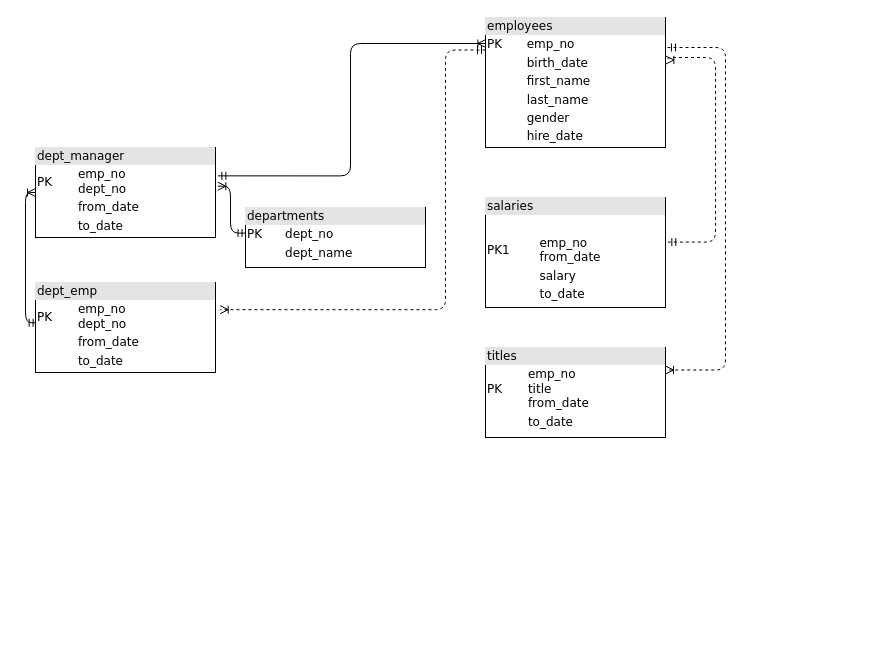
Before: uebung3_employees_schema_ferrari.drawio in ferreric/ffhs_dbs, a draw.io diagram. Source tidied: cells renumbered, new cells numbered last; positions are measured from the earlier drawing's top-left corner, leaving out a move shared by most shapes. Both pictures are drawn from the tidied source at 100%, with x=0, y=0 at pixel (25, 17).
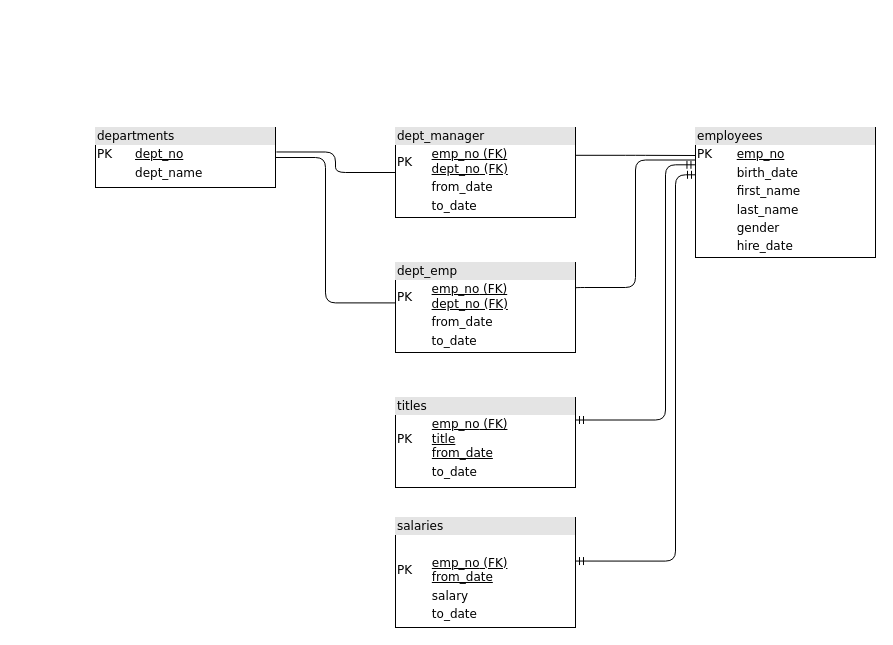
The same diagram, later.

Diff of the diagram source:
```diff
@@
-    <mxCell id="2" style="edgeStyle=orthogonalEdgeStyle;html=1;dashed=1;labelBackgroundColor=none;startArrow=ERmandOne;endArrow=ERoneToMany;fontFamily=Verdana;fontSize=12;align=left;entryX=1.002;entryY=0.327;exitX=1.013;exitY=0.405;exitDx=0;exitDy=0;exitPerimeter=0;entryDx=0;entryDy=0;entryPerimeter=0;" parent="1" edge="1" source="10" target="4">
+    <mxCell id="2" style="edgeStyle=orthogonalEdgeStyle;html=1;labelBackgroundColor=none;startArrow=ERmandOne;endArrow=ERmandOne;fontFamily=Verdana;fontSize=12;align=left;exitX=1;exitY=0.396;exitDx=0;exitDy=0;exitPerimeter=0;startFill=0;endFill=0;entryX=0;entryY=0.364;entryDx=0;entryDy=0;entryPerimeter=0;" parent="1" edge="1" source="10" target="4">
       <mxGeometry relative="1" as="geometry">
         <Array as="points">
-          <mxPoint x="690" y="225" />
-          <mxPoint x="690" y="40" />
-          <mxPoint x="642" y="40" />
-          <mxPoint x="642" y="43" />
+          <mxPoint x="650" y="544" />
+          <mxPoint x="650" y="157" />
+          <mxPoint x="670" y="157" />
         </Array>
       </mxGeometry>
     </mxCell>
-    <mxCell id="3" style="edgeStyle=orthogonalEdgeStyle;html=1;dashed=1;labelBackgroundColor=none;startArrow=ERmandOne;endArrow=ERoneToMany;fontFamily=Verdana;fontSize=12;align=left;entryX=1;entryY=0.25;entryDx=0;entryDy=0;" parent="1" edge="1" target="9">
+    <mxCell id="3" style="edgeStyle=orthogonalEdgeStyle;html=1;labelBackgroundColor=none;startArrow=ERmandOne;endArrow=ERmandOne;fontFamily=Verdana;fontSize=12;align=left;entryX=1;entryY=0.25;entryDx=0;entryDy=0;startFill=0;endFill=0;exitX=-0.003;exitY=0.287;exitDx=0;exitDy=0;exitPerimeter=0;" parent="1" edge="1" source="4" target="9">
       <mxGeometry relative="1" as="geometry">
-        <mxPoint x="642" y="30" as="sourcePoint" />
         <Array as="points">
-          <mxPoint x="642" y="30" />
-          <mxPoint x="700" y="30" />
-          <mxPoint x="700" y="353" />
+          <mxPoint x="640" y="147" />
+          <mxPoint x="640" y="403" />
         </Array>
       </mxGeometry>
     </mxCell>
-    <mxCell id="4" value="&lt;div style=&quot;box-sizing: border-box ; width: 100% ; background: #e4e4e4 ; padding: 2px&quot;&gt;employees&lt;/div&gt;&lt;table style=&quot;width: 100% ; font-size: 1em&quot; cellpadding=&quot;2&quot; cellspacing=&quot;0&quot;&gt;&lt;tbody&gt;&lt;tr&gt;&lt;td&gt;PK&lt;/td&gt;&lt;td&gt;emp_no&lt;/td&gt;&lt;/tr&gt;&lt;tr&gt;&lt;td&gt;&lt;br&gt;&lt;/td&gt;&lt;td&gt;birth_date&lt;/td&gt;&lt;/tr&gt;&lt;tr&gt;&lt;td&gt;&lt;/td&gt;&lt;td&gt;first_name&lt;/td&gt;&lt;/tr&gt;&lt;tr&gt;&lt;td&gt;&lt;br&gt;&lt;/td&gt;&lt;td&gt;last_name&lt;br&gt;&lt;/td&gt;&lt;/tr&gt;&lt;tr&gt;&lt;td&gt;&lt;br&gt;&lt;/td&gt;&lt;td&gt;gender&lt;br&gt;&lt;/td&gt;&lt;/tr&gt;&lt;tr&gt;&lt;td&gt;&lt;br&gt;&lt;/td&gt;&lt;td&gt;hire_date&lt;br&gt;&lt;/td&gt;&lt;/tr&gt;&lt;/tbody&gt;&lt;/table&gt;" style="verticalAlign=top;align=left;overflow=fill;html=1;rounded=0;shadow=0;comic=0;labelBackgroundColor=none;strokeWidth=1;fontFamily=Verdana;fontSize=12;" parent="1" vertex="1">
-      <mxGeometry x="460" width="180" height="130" as="geometry" />
+    <mxCell id="4" value="&lt;div style=&quot;box-sizing: border-box ; width: 100% ; background: #e4e4e4 ; padding: 2px&quot;&gt;employees&lt;/div&gt;&lt;table style=&quot;width: 100% ; font-size: 1em&quot; cellpadding=&quot;2&quot; cellspacing=&quot;0&quot;&gt;&lt;tbody&gt;&lt;tr&gt;&lt;td&gt;PK&lt;/td&gt;&lt;td&gt;&lt;u&gt;emp_no&lt;/u&gt;&lt;/td&gt;&lt;/tr&gt;&lt;tr&gt;&lt;td&gt;&lt;br&gt;&lt;/td&gt;&lt;td&gt;birth_date&lt;/td&gt;&lt;/tr&gt;&lt;tr&gt;&lt;td&gt;&lt;/td&gt;&lt;td&gt;first_name&lt;/td&gt;&lt;/tr&gt;&lt;tr&gt;&lt;td&gt;&lt;br&gt;&lt;/td&gt;&lt;td&gt;last_name&lt;br&gt;&lt;/td&gt;&lt;/tr&gt;&lt;tr&gt;&lt;td&gt;&lt;br&gt;&lt;/td&gt;&lt;td&gt;gender&lt;br&gt;&lt;/td&gt;&lt;/tr&gt;&lt;tr&gt;&lt;td&gt;&lt;br&gt;&lt;/td&gt;&lt;td&gt;hire_date&lt;br&gt;&lt;/td&gt;&lt;/tr&gt;&lt;/tbody&gt;&lt;/table&gt;" style="verticalAlign=top;align=left;overflow=fill;html=1;rounded=0;shadow=0;comic=0;labelBackgroundColor=none;strokeWidth=1;fontFamily=Verdana;fontSize=12;" parent="1" vertex="1">
+      <mxGeometry x="670" y="110" width="180" height="130" as="geometry" />
     </mxCell>
-    <mxCell id="5" style="edgeStyle=orthogonalEdgeStyle;html=1;labelBackgroundColor=none;startArrow=ERmandOne;endArrow=ERoneToMany;fontFamily=Verdana;fontSize=12;align=left;entryX=0;entryY=0.5;entryDx=0;entryDy=0;exitX=0.009;exitY=0.448;exitDx=0;exitDy=0;exitPerimeter=0;" parent="1" edge="1" source="12" target="13">
+    <mxCell id="5" style="edgeStyle=orthogonalEdgeStyle;html=1;labelBackgroundColor=none;startArrow=none;endArrow=none;fontFamily=Verdana;fontSize=12;align=left;entryX=1;entryY=0.5;entryDx=0;entryDy=0;exitX=0.003;exitY=0.449;exitDx=0;exitDy=0;startFill=0;endFill=0;exitPerimeter=0;" parent="1" edge="1" source="12" target="8">
       <mxGeometry relative="1" as="geometry">
         <Array as="points">
-          <mxPoint y="305" />
-          <mxPoint y="175" />
+          <mxPoint x="300" y="285" />
+          <mxPoint x="300" y="140" />
         </Array>
       </mxGeometry>
     </mxCell>
-    <mxCell id="6" style="edgeStyle=orthogonalEdgeStyle;html=1;exitX=0;exitY=0.25;entryX=1.026;entryY=0.302;dashed=1;labelBackgroundColor=none;startArrow=ERmandOne;endArrow=ERoneToMany;fontFamily=Verdana;fontSize=12;align=left;exitDx=0;exitDy=0;entryDx=0;entryDy=0;entryPerimeter=0;" parent="1" edge="1" source="4" target="12">
+    <mxCell id="6" style="edgeStyle=orthogonalEdgeStyle;html=1;exitX=0;exitY=0.25;entryX=0.995;entryY=0.29;labelBackgroundColor=none;startArrow=none;endArrow=none;fontFamily=Verdana;fontSize=12;align=left;exitDx=0;exitDy=0;entryDx=0;entryDy=0;entryPerimeter=0;startFill=0;endFill=0;" parent="1" edge="1" source="4" target="12">
       <mxGeometry relative="1" as="geometry">
         <Array as="points">
-          <mxPoint x="420" y="33" />
-          <mxPoint x="420" y="292" />
+          <mxPoint x="610" y="143" />
+          <mxPoint x="610" y="270" />
+          <mxPoint x="549" y="270" />
         </Array>
       </mxGeometry>
     </mxCell>
-    <mxCell id="7" style="edgeStyle=orthogonalEdgeStyle;html=1;entryX=1.013;entryY=0.43;labelBackgroundColor=none;startArrow=ERmandOne;endArrow=ERoneToMany;fontFamily=Verdana;fontSize=12;align=left;entryDx=0;entryDy=0;entryPerimeter=0;exitX=0.003;exitY=0.427;exitDx=0;exitDy=0;exitPerimeter=0;" parent="1" edge="1" source="8" target="13">
+    <mxCell id="7" style="edgeStyle=orthogonalEdgeStyle;html=1;entryX=0;entryY=0.5;labelBackgroundColor=none;startArrow=none;endArrow=none;fontFamily=Verdana;fontSize=12;align=left;entryDx=0;entryDy=0;exitX=1.005;exitY=0.408;exitDx=0;exitDy=0;exitPerimeter=0;startFill=0;endFill=0;" parent="1" edge="1" source="8" target="13">
       <mxGeometry relative="1" as="geometry" />
     </mxCell>
-    <mxCell id="8" value="&lt;div style=&quot;box-sizing:border-box;width:100%;background:#e4e4e4;padding:2px;&quot;&gt;departments&lt;/div&gt;&lt;table style=&quot;width:100%;font-size:1em;&quot; cellpadding=&quot;2&quot; cellspacing=&quot;0&quot;&gt;&lt;tbody&gt;&lt;tr&gt;&lt;td&gt;PK&lt;/td&gt;&lt;td&gt;dept_no&lt;/td&gt;&lt;/tr&gt;&lt;tr&gt;&lt;td&gt;&lt;br&gt;&lt;/td&gt;&lt;td&gt;dept_name&lt;/td&gt;&lt;/tr&gt;&lt;tr&gt;&lt;td&gt;&lt;br&gt;&lt;/td&gt;&lt;td&gt;&lt;br&gt;&lt;/td&gt;&lt;/tr&gt;&lt;/tbody&gt;&lt;/table&gt;" style="verticalAlign=top;align=left;overflow=fill;html=1;rounded=0;shadow=0;comic=0;labelBackgroundColor=none;strokeWidth=1;fontFamily=Verdana;fontSize=12;" parent="1" vertex="1">
-      <mxGeometry x="220" y="190" width="180" height="60" as="geometry" />
+    <mxCell id="8" value="&lt;div style=&quot;box-sizing:border-box;width:100%;background:#e4e4e4;padding:2px;&quot;&gt;departments&lt;/div&gt;&lt;table style=&quot;width:100%;font-size:1em;&quot; cellpadding=&quot;2&quot; cellspacing=&quot;0&quot;&gt;&lt;tbody&gt;&lt;tr&gt;&lt;td&gt;PK&lt;/td&gt;&lt;td&gt;&lt;u&gt;dept_no&lt;/u&gt;&lt;/td&gt;&lt;/tr&gt;&lt;tr&gt;&lt;td&gt;&lt;br&gt;&lt;/td&gt;&lt;td&gt;dept_name&lt;/td&gt;&lt;/tr&gt;&lt;tr&gt;&lt;td&gt;&lt;br&gt;&lt;/td&gt;&lt;td&gt;&lt;br&gt;&lt;/td&gt;&lt;/tr&gt;&lt;/tbody&gt;&lt;/table&gt;" style="verticalAlign=top;align=left;overflow=fill;html=1;rounded=0;shadow=0;comic=0;labelBackgroundColor=none;strokeWidth=1;fontFamily=Verdana;fontSize=12;" parent="1" vertex="1">
+      <mxGeometry x="70" y="110" width="180" height="60" as="geometry" />
     </mxCell>
-    <mxCell id="9" value="&lt;div style=&quot;box-sizing: border-box ; width: 100% ; background: #e4e4e4 ; padding: 2px&quot;&gt;titles&lt;/div&gt;&lt;table style=&quot;width: 100% ; font-size: 1em&quot; cellpadding=&quot;2&quot; cellspacing=&quot;0&quot;&gt;&lt;tbody&gt;&lt;tr&gt;&lt;td&gt;PK&lt;/td&gt;&lt;td&gt;emp_no&lt;br&gt;title&lt;br&gt;from_date&lt;/td&gt;&lt;/tr&gt;&lt;tr&gt;&lt;td&gt;&lt;br&gt;&lt;/td&gt;&lt;td&gt;to_date&lt;/td&gt;&lt;/tr&gt;&lt;tr&gt;&lt;td&gt;&lt;/td&gt;&lt;td&gt;&lt;br&gt;&lt;/td&gt;&lt;/tr&gt;&lt;tr&gt;&lt;td&gt;&lt;br&gt;&lt;/td&gt;&lt;td&gt;&lt;br&gt;&lt;/td&gt;&lt;/tr&gt;&lt;tr&gt;&lt;td&gt;&lt;br&gt;&lt;/td&gt;&lt;td&gt;&lt;br&gt;&lt;/td&gt;&lt;/tr&gt;&lt;/tbody&gt;&lt;/table&gt;" style="verticalAlign=top;align=left;overflow=fill;html=1;rounded=0;shadow=0;comic=0;labelBackgroundColor=none;strokeWidth=1;fontFamily=Verdana;fontSize=12;" parent="1" vertex="1">
-      <mxGeometry x="460" y="330" width="180" height="90" as="geometry" />
+    <mxCell id="9" value="&lt;div style=&quot;box-sizing: border-box ; width: 100% ; background: #e4e4e4 ; padding: 2px&quot;&gt;titles&lt;/div&gt;&lt;table style=&quot;width: 100% ; font-size: 1em&quot; cellpadding=&quot;2&quot; cellspacing=&quot;0&quot;&gt;&lt;tbody&gt;&lt;tr&gt;&lt;td&gt;PK&lt;/td&gt;&lt;td&gt;&lt;u&gt;emp_no&lt;/u&gt;&lt;u&gt; (FK)&lt;/u&gt;&lt;br&gt;&lt;u&gt;title&lt;br&gt;from_date&lt;/u&gt;&lt;/td&gt;&lt;/tr&gt;&lt;tr&gt;&lt;td&gt;&lt;br&gt;&lt;/td&gt;&lt;td&gt;to_date&lt;/td&gt;&lt;/tr&gt;&lt;tr&gt;&lt;td&gt;&lt;/td&gt;&lt;td&gt;&lt;br&gt;&lt;/td&gt;&lt;/tr&gt;&lt;tr&gt;&lt;td&gt;&lt;br&gt;&lt;/td&gt;&lt;td&gt;&lt;br&gt;&lt;/td&gt;&lt;/tr&gt;&lt;tr&gt;&lt;td&gt;&lt;br&gt;&lt;/td&gt;&lt;td&gt;&lt;br&gt;&lt;/td&gt;&lt;/tr&gt;&lt;/tbody&gt;&lt;/table&gt;" style="verticalAlign=top;align=left;overflow=fill;html=1;rounded=0;shadow=0;comic=0;labelBackgroundColor=none;strokeWidth=1;fontFamily=Verdana;fontSize=12;" parent="1" vertex="1">
+      <mxGeometry x="370" y="380" width="180" height="90" as="geometry" />
     </mxCell>
-    <mxCell id="10" value="&lt;div style=&quot;box-sizing: border-box ; width: 100% ; background: #e4e4e4 ; padding: 2px&quot;&gt;salaries&lt;/div&gt;&lt;table style=&quot;width: 100% ; font-size: 1em&quot; cellpadding=&quot;2&quot; cellspacing=&quot;0&quot;&gt;&lt;tbody&gt;&lt;tr&gt;&lt;td&gt;&lt;br&gt;&lt;/td&gt;&lt;td&gt;&lt;br&gt;&lt;/td&gt;&lt;/tr&gt;&lt;tr&gt;&lt;td&gt;PK1&lt;/td&gt;&lt;td&gt;emp_no&lt;br&gt;from_date&lt;/td&gt;&lt;/tr&gt;&lt;tr&gt;&lt;td&gt;&lt;/td&gt;&lt;td&gt;salary&lt;/td&gt;&lt;/tr&gt;&lt;tr&gt;&lt;td&gt;&lt;br&gt;&lt;/td&gt;&lt;td&gt;to_date&lt;/td&gt;&lt;/tr&gt;&lt;tr&gt;&lt;td&gt;&lt;br&gt;&lt;/td&gt;&lt;td&gt;&lt;br&gt;&lt;/td&gt;&lt;/tr&gt;&lt;tr&gt;&lt;td&gt;&lt;br&gt;&lt;/td&gt;&lt;td&gt;&lt;br&gt;&lt;/td&gt;&lt;/tr&gt;&lt;tr&gt;&lt;td&gt;&lt;br&gt;&lt;/td&gt;&lt;td&gt;&lt;br&gt;&lt;/td&gt;&lt;/tr&gt;&lt;tr&gt;&lt;td&gt;&lt;br&gt;&lt;/td&gt;&lt;td&gt;&lt;br&gt;&lt;/td&gt;&lt;/tr&gt;&lt;tr&gt;&lt;td&gt;&lt;br&gt;&lt;/td&gt;&lt;td&gt;&lt;br&gt;&lt;/td&gt;&lt;/tr&gt;&lt;tr&gt;&lt;td&gt;&lt;br&gt;&lt;/td&gt;&lt;td&gt;&lt;br&gt;&lt;/td&gt;&lt;/tr&gt;&lt;tr&gt;&lt;td&gt;&lt;br&gt;&lt;/td&gt;&lt;td&gt;&lt;br&gt;&lt;/td&gt;&lt;/tr&gt;&lt;tr&gt;&lt;td&gt;&lt;br&gt;&lt;/td&gt;&lt;td&gt;&lt;br&gt;&lt;/td&gt;&lt;/tr&gt;&lt;tr&gt;&lt;td&gt;&lt;br&gt;&lt;/td&gt;&lt;td&gt;&lt;br&gt;&lt;/td&gt;&lt;/tr&gt;&lt;tr&gt;&lt;td&gt;&lt;br&gt;&lt;/td&gt;&lt;td&gt;&lt;br&gt;&lt;/td&gt;&lt;/tr&gt;&lt;tr&gt;&lt;td&gt;&lt;br&gt;&lt;/td&gt;&lt;td&gt;&lt;br&gt;&lt;/td&gt;&lt;/tr&gt;&lt;tr&gt;&lt;td&gt;&lt;br&gt;&lt;/td&gt;&lt;td&gt;&lt;br&gt;&lt;/td&gt;&lt;/tr&gt;&lt;tr&gt;&lt;td&gt;&lt;br&gt;&lt;/td&gt;&lt;td&gt;&lt;br&gt;&lt;/td&gt;&lt;/tr&gt;&lt;/tbody&gt;&lt;/table&gt;" style="verticalAlign=top;align=left;overflow=fill;html=1;rounded=0;shadow=0;comic=0;labelBackgroundColor=none;strokeWidth=1;fontFamily=Verdana;fontSize=12;" parent="1" vertex="1">
-      <mxGeometry x="460" y="180" width="180" height="110" as="geometry" />
+    <mxCell id="10" value="&lt;div style=&quot;box-sizing: border-box ; width: 100% ; background: #e4e4e4 ; padding: 2px&quot;&gt;salaries&lt;/div&gt;&lt;table style=&quot;width: 100% ; font-size: 1em&quot; cellpadding=&quot;2&quot; cellspacing=&quot;0&quot;&gt;&lt;tbody&gt;&lt;tr&gt;&lt;td&gt;&lt;br&gt;&lt;/td&gt;&lt;td&gt;&lt;br&gt;&lt;/td&gt;&lt;/tr&gt;&lt;tr&gt;&lt;td&gt;PK&lt;/td&gt;&lt;td&gt;&lt;u&gt;emp_no&lt;/u&gt;&lt;u&gt; (FK)&lt;/u&gt;&lt;br&gt;&lt;u&gt;from_date&lt;/u&gt;&lt;/td&gt;&lt;/tr&gt;&lt;tr&gt;&lt;td&gt;&lt;/td&gt;&lt;td&gt;salary&lt;/td&gt;&lt;/tr&gt;&lt;tr&gt;&lt;td&gt;&lt;br&gt;&lt;/td&gt;&lt;td&gt;to_date&lt;/td&gt;&lt;/tr&gt;&lt;tr&gt;&lt;td&gt;&lt;br&gt;&lt;/td&gt;&lt;td&gt;&lt;br&gt;&lt;/td&gt;&lt;/tr&gt;&lt;tr&gt;&lt;td&gt;&lt;br&gt;&lt;/td&gt;&lt;td&gt;&lt;br&gt;&lt;/td&gt;&lt;/tr&gt;&lt;tr&gt;&lt;td&gt;&lt;br&gt;&lt;/td&gt;&lt;td&gt;&lt;br&gt;&lt;/td&gt;&lt;/tr&gt;&lt;tr&gt;&lt;td&gt;&lt;br&gt;&lt;/td&gt;&lt;td&gt;&lt;br&gt;&lt;/td&gt;&lt;/tr&gt;&lt;tr&gt;&lt;td&gt;&lt;br&gt;&lt;/td&gt;&lt;td&gt;&lt;br&gt;&lt;/td&gt;&lt;/tr&gt;&lt;tr&gt;&lt;td&gt;&lt;br&gt;&lt;/td&gt;&lt;td&gt;&lt;br&gt;&lt;/td&gt;&lt;/tr&gt;&lt;tr&gt;&lt;td&gt;&lt;br&gt;&lt;/td&gt;&lt;td&gt;&lt;br&gt;&lt;/td&gt;&lt;/tr&gt;&lt;tr&gt;&lt;td&gt;&lt;br&gt;&lt;/td&gt;&lt;td&gt;&lt;br&gt;&lt;/td&gt;&lt;/tr&gt;&lt;tr&gt;&lt;td&gt;&lt;br&gt;&lt;/td&gt;&lt;td&gt;&lt;br&gt;&lt;/td&gt;&lt;/tr&gt;&lt;tr&gt;&lt;td&gt;&lt;br&gt;&lt;/td&gt;&lt;td&gt;&lt;br&gt;&lt;/td&gt;&lt;/tr&gt;&lt;tr&gt;&lt;td&gt;&lt;br&gt;&lt;/td&gt;&lt;td&gt;&lt;br&gt;&lt;/td&gt;&lt;/tr&gt;&lt;tr&gt;&lt;td&gt;&lt;br&gt;&lt;/td&gt;&lt;td&gt;&lt;br&gt;&lt;/td&gt;&lt;/tr&gt;&lt;tr&gt;&lt;td&gt;&lt;br&gt;&lt;/td&gt;&lt;td&gt;&lt;br&gt;&lt;/td&gt;&lt;/tr&gt;&lt;/tbody&gt;&lt;/table&gt;" style="verticalAlign=top;align=left;overflow=fill;html=1;rounded=0;shadow=0;comic=0;labelBackgroundColor=none;strokeWidth=1;fontFamily=Verdana;fontSize=12;" parent="1" vertex="1">
+      <mxGeometry x="370" y="500" width="180" height="110" as="geometry" />
     </mxCell>
-    <mxCell id="11" style="edgeStyle=orthogonalEdgeStyle;html=1;endArrow=ERoneToMany;startArrow=ERmandOne;labelBackgroundColor=none;fontFamily=Verdana;fontSize=12;align=left;exitX=1.013;exitY=0.315;entryX=0.002;entryY=0.2;exitDx=0;exitDy=0;exitPerimeter=0;entryDx=0;entryDy=0;entryPerimeter=0;" parent="1" edge="1" source="13" target="4">
-      <mxGeometry relative="1" as="geometry" />
+    <mxCell id="11" style="edgeStyle=orthogonalEdgeStyle;html=1;endArrow=none;startArrow=none;labelBackgroundColor=none;fontFamily=Verdana;fontSize=12;align=left;exitX=1.003;exitY=0.309;exitDx=0;exitDy=0;exitPerimeter=0;startFill=0;endFill=0;" parent="1" edge="1" source="13">
+      <mxGeometry relative="1" as="geometry">
+        <mxPoint x="670" y="138" as="targetPoint" />
+      </mxGeometry>
     </mxCell>
-    <mxCell id="12" value="&lt;div style=&quot;box-sizing:border-box;width:100%;background:#e4e4e4;padding:2px;&quot;&gt;dept_emp&lt;/div&gt;&lt;table style=&quot;width:100%;font-size:1em;&quot; cellpadding=&quot;2&quot; cellspacing=&quot;0&quot;&gt;&lt;tbody&gt;&lt;tr&gt;&lt;td&gt;PK&lt;/td&gt;&lt;td&gt;emp_no&lt;br&gt;dept_no&lt;br&gt;&lt;/td&gt;&lt;/tr&gt;&lt;tr&gt;&lt;td&gt;&lt;br&gt;&lt;/td&gt;&lt;td&gt;from_date&lt;/td&gt;&lt;/tr&gt;&lt;tr&gt;&lt;td&gt;&lt;/td&gt;&lt;td&gt;to_date&lt;/td&gt;&lt;/tr&gt;&lt;/tbody&gt;&lt;/table&gt;" style="verticalAlign=top;align=left;overflow=fill;html=1;rounded=0;shadow=0;comic=0;labelBackgroundColor=none;strokeWidth=1;fontFamily=Verdana;fontSize=12;" parent="1" vertex="1">
-      <mxGeometry x="10" y="265" width="180" height="90" as="geometry" />
+    <mxCell id="12" value="&lt;div style=&quot;box-sizing:border-box;width:100%;background:#e4e4e4;padding:2px;&quot;&gt;dept_emp&lt;/div&gt;&lt;table style=&quot;width:100%;font-size:1em;&quot; cellpadding=&quot;2&quot; cellspacing=&quot;0&quot;&gt;&lt;tbody&gt;&lt;tr&gt;&lt;td&gt;PK&lt;/td&gt;&lt;td&gt;&lt;u&gt;emp_no&lt;/u&gt;&lt;u&gt; (FK)&lt;/u&gt;&lt;br&gt;&lt;u&gt;dept_no&lt;/u&gt;&lt;u&gt; (FK)&lt;/u&gt;&lt;/td&gt;&lt;/tr&gt;&lt;tr&gt;&lt;td&gt;&lt;br&gt;&lt;/td&gt;&lt;td&gt;from_date&lt;/td&gt;&lt;/tr&gt;&lt;tr&gt;&lt;td&gt;&lt;/td&gt;&lt;td&gt;to_date&lt;/td&gt;&lt;/tr&gt;&lt;/tbody&gt;&lt;/table&gt;" style="verticalAlign=top;align=left;overflow=fill;html=1;rounded=0;shadow=0;comic=0;labelBackgroundColor=none;strokeWidth=1;fontFamily=Verdana;fontSize=12;" parent="1" vertex="1">
+      <mxGeometry x="370" y="245" width="180" height="90" as="geometry" />
     </mxCell>
-    <mxCell id="13" value="&lt;div style=&quot;box-sizing:border-box;width:100%;background:#e4e4e4;padding:2px;&quot;&gt;dept_manager&lt;/div&gt;&lt;table style=&quot;width:100%;font-size:1em;&quot; cellpadding=&quot;2&quot; cellspacing=&quot;0&quot;&gt;&lt;tbody&gt;&lt;tr&gt;&lt;td&gt;PK&lt;/td&gt;&lt;td&gt;emp_no&lt;br&gt;dept_no&lt;br&gt;&lt;/td&gt;&lt;/tr&gt;&lt;tr&gt;&lt;td&gt;&lt;br&gt;&lt;/td&gt;&lt;td&gt;from_date&lt;/td&gt;&lt;/tr&gt;&lt;tr&gt;&lt;td&gt;&lt;/td&gt;&lt;td&gt;to_date&lt;/td&gt;&lt;/tr&gt;&lt;/tbody&gt;&lt;/table&gt;" style="verticalAlign=top;align=left;overflow=fill;html=1;rounded=0;shadow=0;comic=0;labelBackgroundColor=none;strokeWidth=1;fontFamily=Verdana;fontSize=12;" parent="1" vertex="1">
-      <mxGeometry x="10" y="130" width="180" height="90" as="geometry" />
+    <mxCell id="13" value="&lt;div style=&quot;box-sizing:border-box;width:100%;background:#e4e4e4;padding:2px;&quot;&gt;dept_manager&lt;/div&gt;&lt;table style=&quot;width:100%;font-size:1em;&quot; cellpadding=&quot;2&quot; cellspacing=&quot;0&quot;&gt;&lt;tbody&gt;&lt;tr&gt;&lt;td&gt;PK&lt;/td&gt;&lt;td&gt;&lt;u&gt;emp_no (FK)&lt;br&gt;dept_no&lt;/u&gt;&lt;u&gt; (FK)&lt;/u&gt;&lt;/td&gt;&lt;/tr&gt;&lt;tr&gt;&lt;td&gt;&lt;br&gt;&lt;/td&gt;&lt;td&gt;from_date&lt;/td&gt;&lt;/tr&gt;&lt;tr&gt;&lt;td&gt;&lt;/td&gt;&lt;td&gt;to_date&lt;/td&gt;&lt;/tr&gt;&lt;/tbody&gt;&lt;/table&gt;" style="verticalAlign=top;align=left;overflow=fill;html=1;rounded=0;shadow=0;comic=0;labelBackgroundColor=none;strokeWidth=1;fontFamily=Verdana;fontSize=12;" parent="1" vertex="1">
+      <mxGeometry x="370" y="110" width="180" height="90" as="geometry" />
     </mxCell>
```
